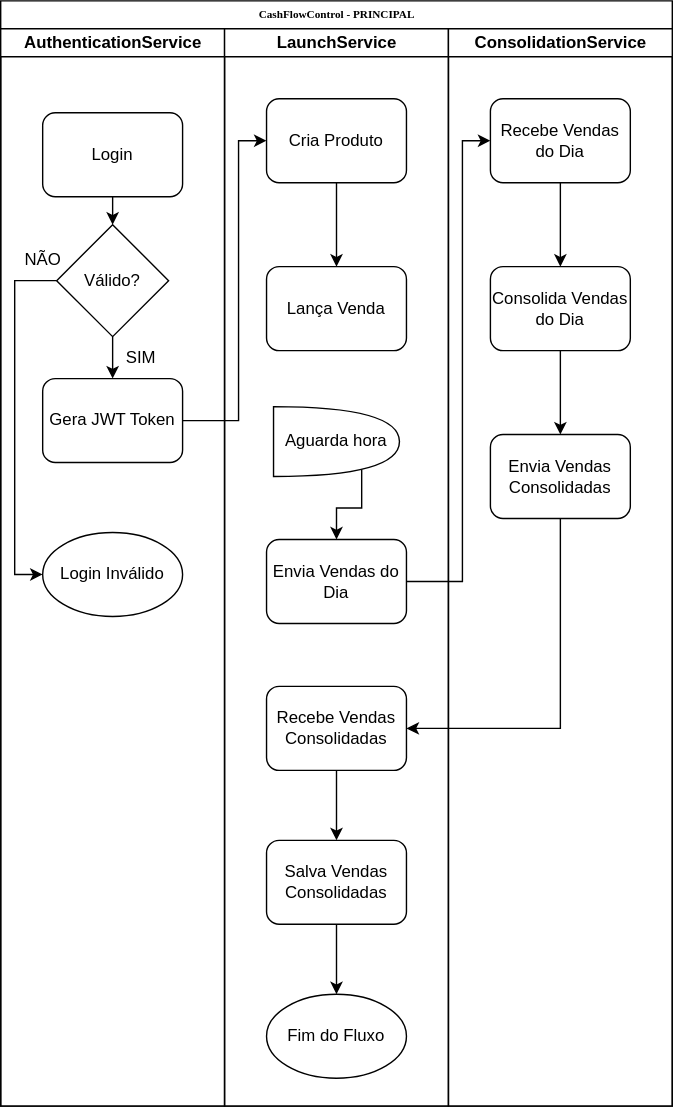
Before: Documentation/FlowchartDiagram.drawio.svg, a diagram exported from draw.io (Brand00wn/CashFlowControl). Source tidied: cells renumbered, new cells last; positions are measured from the earlier drawing's top-left corner, leaving out a move shared by most shapes.
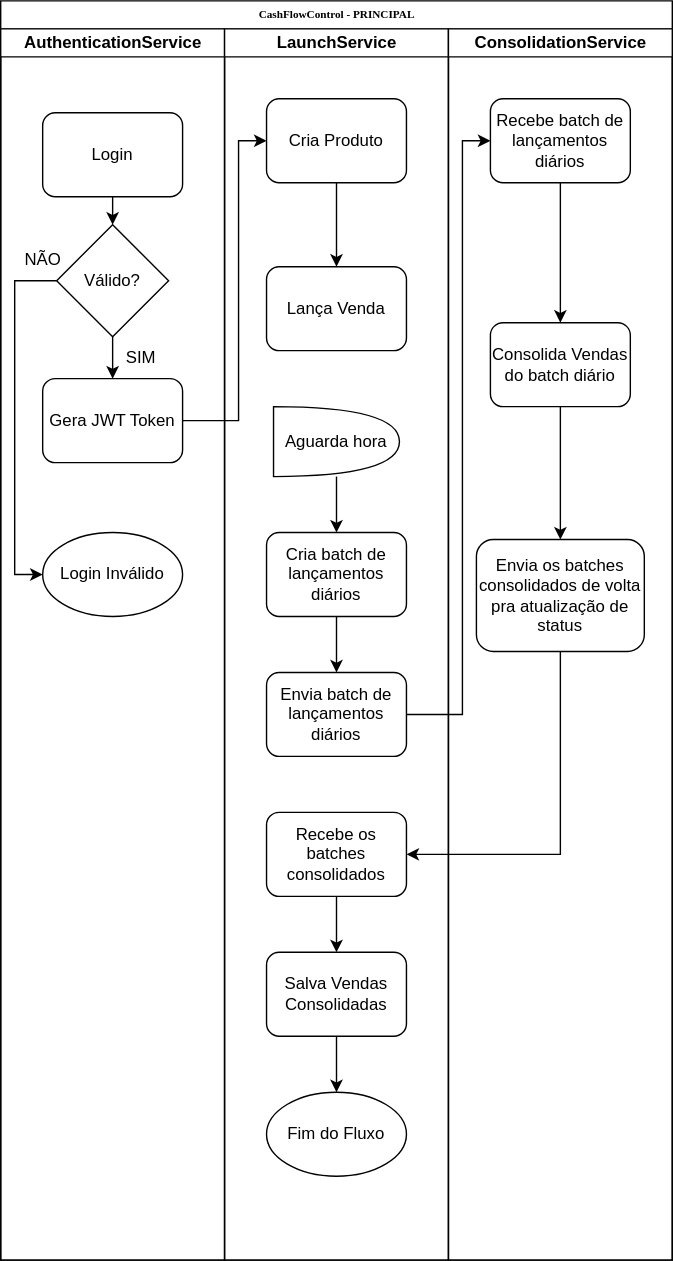
After the commit.

What changed in the source:
```diff
@@ -3,10 +3,10 @@
     <mxCell id="0" />
     <mxCell id="1" parent="0" />
     <mxCell id="2" value="CashFlowControl - PRINCIPAL" style="swimlane;html=1;startSize=20;rounded=0;shadow=0;labelBackgroundColor=none;strokeWidth=1;fontFamily=Verdana;fontSize=8;align=center;" parent="1" vertex="1">
-      <mxGeometry width="480" height="790" as="geometry" />
+      <mxGeometry width="480" height="900" as="geometry" />
     </mxCell>
     <mxCell id="3" value="AuthenticationService" style="swimlane;html=1;startSize=20;" parent="2" vertex="1">
-      <mxGeometry y="20" width="160" height="770" as="geometry" />
+      <mxGeometry y="20" width="160" height="880" as="geometry" />
     </mxCell>
     <mxCell id="4" style="edgeStyle=orthogonalEdgeStyle;rounded=0;jettySize=auto;html=1;exitX=0.5;exitY=1;exitDx=0;exitDy=0;entryX=0.5;entryY=0;entryDx=0;entryDy=0;" parent="3" edge="1" source="5" target="8">
       <mxGeometry relative="1" as="geometry" />
@@ -42,7 +42,7 @@
       <mxGeometry x="5" y="150" width="50" height="30" as="geometry" />
     </mxCell>
     <mxCell id="13" value="LaunchService" style="swimlane;html=1;startSize=20;" parent="2" vertex="1">
-      <mxGeometry x="160" y="20" width="160" height="770" as="geometry" />
+      <mxGeometry x="160" y="20" width="160" height="880" as="geometry" />
     </mxCell>
     <mxCell id="14" style="edgeStyle=orthogonalEdgeStyle;rounded=0;jettySize=auto;html=1;exitX=0.5;exitY=1;exitDx=0;exitDy=0;entryX=0.5;entryY=0;entryDx=0;entryDy=0;" parent="13" edge="1" source="15" target="16">
       <mxGeometry relative="1" as="geometry" />
@@ -53,47 +53,53 @@
     <mxCell id="16" value="&lt;font face=&quot;Helvetica&quot;&gt;&lt;span style=&quot;font-size: 12px;&quot;&gt;Lança Venda&lt;/span&gt;&lt;/font&gt;" style="rounded=1;whiteSpace=wrap;html=1;shadow=0;labelBackgroundColor=none;strokeWidth=1;fontFamily=Verdana;fontSize=8;align=center;" parent="13" vertex="1">
       <mxGeometry x="30" y="170" width="100" height="60" as="geometry" />
     </mxCell>
-    <mxCell id="17" style="edgeStyle=orthogonalEdgeStyle;rounded=0;jettySize=auto;html=1;exitX=0.7;exitY=0.9;exitDx=0;exitDy=0;exitPerimeter=0;" parent="13" edge="1" source="18" target="19">
-      <mxGeometry relative="1" as="geometry" />
-    </mxCell>
+    <mxCell id="34" style="edgeStyle=orthogonalEdgeStyle;rounded=0;jettySize=auto;html=1;entryX=0.5;entryY=0;entryDx=0;entryDy=0;" parent="13" edge="1" source="18" target="36">
+      <mxGeometry relative="1" as="geometry" />
+    </mxCell>
     <mxCell id="18" value="Aguarda hora" style="shape=or;whiteSpace=wrap;html=1;" parent="13" vertex="1">
       <mxGeometry x="35" y="270" width="90" height="50" as="geometry" />
     </mxCell>
-    <mxCell id="19" value="&lt;font face=&quot;Helvetica&quot;&gt;&lt;span style=&quot;font-size: 12px;&quot;&gt;Envia Vendas do Dia&lt;/span&gt;&lt;/font&gt;" style="rounded=1;whiteSpace=wrap;html=1;shadow=0;labelBackgroundColor=none;strokeWidth=1;fontFamily=Verdana;fontSize=8;align=center;" parent="13" vertex="1">
-      <mxGeometry x="30" y="365" width="100" height="60" as="geometry" />
+    <mxCell id="19" value="&lt;font face=&quot;Helvetica&quot;&gt;&lt;span style=&quot;font-size: 12px;&quot;&gt;Envia batch de lançamentos diários&lt;/span&gt;&lt;/font&gt;" style="rounded=1;whiteSpace=wrap;html=1;shadow=0;labelBackgroundColor=none;strokeWidth=1;fontFamily=Verdana;fontSize=8;align=center;" parent="13" vertex="1">
+      <mxGeometry x="30" y="460" width="100" height="60" as="geometry" />
     </mxCell>
     <mxCell id="20" style="edgeStyle=orthogonalEdgeStyle;rounded=0;jettySize=auto;html=1;exitX=0.5;exitY=1;exitDx=0;exitDy=0;entryX=0.5;entryY=0;entryDx=0;entryDy=0;" parent="13" edge="1" source="21" target="23">
       <mxGeometry relative="1" as="geometry" />
     </mxCell>
-    <mxCell id="21" value="&lt;font face=&quot;Helvetica&quot;&gt;&lt;span style=&quot;font-size: 12px;&quot;&gt;Recebe Vendas Consolidadas&lt;/span&gt;&lt;/font&gt;" style="rounded=1;whiteSpace=wrap;html=1;shadow=0;labelBackgroundColor=none;strokeWidth=1;fontFamily=Verdana;fontSize=8;align=center;" parent="13" vertex="1">
-      <mxGeometry x="30" y="470" width="100" height="60" as="geometry" />
+    <mxCell id="21" value="&lt;font face=&quot;Helvetica&quot;&gt;&lt;span style=&quot;font-size: 12px;&quot;&gt;Recebe os batches consolidados&lt;/span&gt;&lt;/font&gt;" style="rounded=1;whiteSpace=wrap;html=1;shadow=0;labelBackgroundColor=none;strokeWidth=1;fontFamily=Verdana;fontSize=8;align=center;" parent="13" vertex="1">
+      <mxGeometry x="30" y="560" width="100" height="60" as="geometry" />
     </mxCell>
     <mxCell id="22" style="edgeStyle=orthogonalEdgeStyle;rounded=0;jettySize=auto;html=1;exitX=0.5;exitY=1;exitDx=0;exitDy=0;entryX=0.5;entryY=0;entryDx=0;entryDy=0;" parent="13" edge="1" source="23" target="24">
       <mxGeometry relative="1" as="geometry" />
     </mxCell>
     <mxCell id="23" value="&lt;font face=&quot;Helvetica&quot;&gt;&lt;span style=&quot;font-size: 12px;&quot;&gt;Salva Vendas Consolidadas&lt;/span&gt;&lt;/font&gt;" style="rounded=1;whiteSpace=wrap;html=1;shadow=0;labelBackgroundColor=none;strokeWidth=1;fontFamily=Verdana;fontSize=8;align=center;" parent="13" vertex="1">
-      <mxGeometry x="30" y="580" width="100" height="60" as="geometry" />
+      <mxGeometry x="30" y="660" width="100" height="60" as="geometry" />
     </mxCell>
     <mxCell id="24" value="Fim do Fluxo" style="ellipse;whiteSpace=wrap;html=1;" parent="13" vertex="1">
-      <mxGeometry x="30" y="690" width="100" height="60" as="geometry" />
+      <mxGeometry x="30" y="760" width="100" height="60" as="geometry" />
     </mxCell>
+    <mxCell id="35" style="edgeStyle=orthogonalEdgeStyle;rounded=0;jettySize=auto;html=1;entryX=0.5;entryY=0;entryDx=0;entryDy=0;" parent="13" edge="1" source="36" target="19">
+      <mxGeometry relative="1" as="geometry" />
+    </mxCell>
+    <mxCell id="36" value="&lt;font face=&quot;Helvetica&quot;&gt;&lt;span style=&quot;font-size: 12px;&quot;&gt;Cria batch de lançamentos diários&lt;/span&gt;&lt;/font&gt;" style="rounded=1;whiteSpace=wrap;html=1;shadow=0;labelBackgroundColor=none;strokeWidth=1;fontFamily=Verdana;fontSize=8;align=center;" parent="13" vertex="1">
+      <mxGeometry x="30" y="360" width="100" height="60" as="geometry" />
+    </mxCell>
     <mxCell id="25" value="ConsolidationService" style="swimlane;html=1;startSize=20;" parent="2" vertex="1">
-      <mxGeometry x="320" y="20" width="160" height="770" as="geometry" />
+      <mxGeometry x="320" y="20" width="160" height="880" as="geometry" />
     </mxCell>
     <mxCell id="26" style="edgeStyle=orthogonalEdgeStyle;rounded=0;jettySize=auto;html=1;exitX=0.5;exitY=1;exitDx=0;exitDy=0;" parent="25" edge="1" source="27" target="29">
       <mxGeometry relative="1" as="geometry" />
     </mxCell>
-    <mxCell id="27" value="&lt;font face=&quot;Helvetica&quot;&gt;&lt;span style=&quot;font-size: 12px;&quot;&gt;Recebe Vendas do Dia&lt;/span&gt;&lt;/font&gt;" style="rounded=1;whiteSpace=wrap;html=1;shadow=0;labelBackgroundColor=none;strokeWidth=1;fontFamily=Verdana;fontSize=8;align=center;" parent="25" vertex="1">
+    <mxCell id="27" value="&lt;font face=&quot;Helvetica&quot;&gt;&lt;span style=&quot;font-size: 12px;&quot;&gt;Recebe batch de lançamentos diários&lt;/span&gt;&lt;/font&gt;" style="rounded=1;whiteSpace=wrap;html=1;shadow=0;labelBackgroundColor=none;strokeWidth=1;fontFamily=Verdana;fontSize=8;align=center;" parent="25" vertex="1">
       <mxGeometry x="30" y="50" width="100" height="60" as="geometry" />
     </mxCell>
     <mxCell id="28" style="edgeStyle=orthogonalEdgeStyle;rounded=0;jettySize=auto;html=1;exitX=0.5;exitY=1;exitDx=0;exitDy=0;entryX=0.5;entryY=0;entryDx=0;entryDy=0;" parent="25" edge="1" source="29" target="30">
       <mxGeometry relative="1" as="geometry" />
     </mxCell>
-    <mxCell id="29" value="&lt;font face=&quot;Helvetica&quot;&gt;&lt;span style=&quot;font-size: 12px;&quot;&gt;Consolida Vendas do Dia&lt;/span&gt;&lt;/font&gt;" style="rounded=1;whiteSpace=wrap;html=1;shadow=0;labelBackgroundColor=none;strokeWidth=1;fontFamily=Verdana;fontSize=8;align=center;" parent="25" vertex="1">
-      <mxGeometry x="30" y="170" width="100" height="60" as="geometry" />
+    <mxCell id="29" value="&lt;font face=&quot;Helvetica&quot;&gt;&lt;span style=&quot;font-size: 12px;&quot;&gt;Consolida Vendas do batch diário&lt;/span&gt;&lt;/font&gt;" style="rounded=1;whiteSpace=wrap;html=1;shadow=0;labelBackgroundColor=none;strokeWidth=1;fontFamily=Verdana;fontSize=8;align=center;" parent="25" vertex="1">
+      <mxGeometry x="30" y="210" width="100" height="60" as="geometry" />
     </mxCell>
-    <mxCell id="30" value="&lt;font face=&quot;Helvetica&quot;&gt;&lt;span style=&quot;font-size: 12px;&quot;&gt;Envia Vendas Consolidadas&lt;/span&gt;&lt;/font&gt;" style="rounded=1;whiteSpace=wrap;html=1;shadow=0;labelBackgroundColor=none;strokeWidth=1;fontFamily=Verdana;fontSize=8;align=center;" parent="25" vertex="1">
-      <mxGeometry x="30" y="290" width="100" height="60" as="geometry" />
+    <mxCell id="30" value="&lt;font face=&quot;Helvetica&quot;&gt;&lt;span style=&quot;font-size: 12px;&quot;&gt;Envia os batches consolidados de volta pra atualização de status&lt;/span&gt;&lt;/font&gt;" style="rounded=1;whiteSpace=wrap;html=1;shadow=0;labelBackgroundColor=none;strokeWidth=1;fontFamily=Verdana;fontSize=8;align=center;" parent="25" vertex="1">
+      <mxGeometry x="20" y="365" width="120" height="80" as="geometry" />
     </mxCell>
     <mxCell id="31" style="edgeStyle=orthogonalEdgeStyle;rounded=0;jettySize=auto;html=1;exitX=1;exitY=0.5;exitDx=0;exitDy=0;entryX=0;entryY=0.5;entryDx=0;entryDy=0;" parent="2" edge="1" source="9" target="15">
       <mxGeometry relative="1" as="geometry">
@@ -106,7 +112,7 @@
     <mxCell id="32" style="edgeStyle=orthogonalEdgeStyle;rounded=0;jettySize=auto;html=1;exitX=1;exitY=0.5;exitDx=0;exitDy=0;entryX=0;entryY=0.5;entryDx=0;entryDy=0;" parent="2" edge="1" source="19" target="27">
       <mxGeometry relative="1" as="geometry">
         <Array as="points">
-          <mxPoint x="330" y="415" />
+          <mxPoint x="330" y="510" />
           <mxPoint x="330" y="100" />
         </Array>
       </mxGeometry>
```
